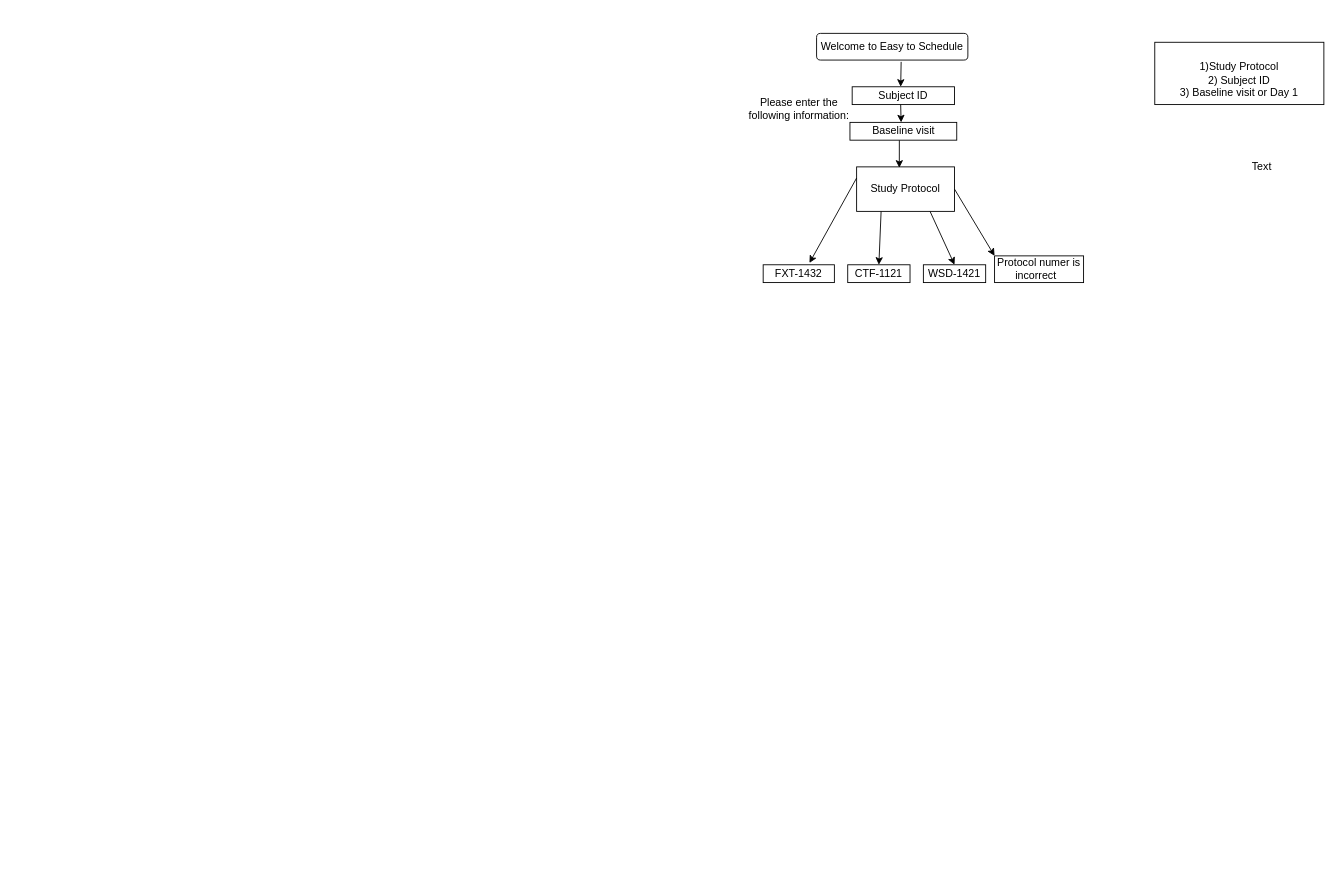
Earlier version of the draw.io diagram Untitled Diagram.drawio (EspiritudeTeflon/Proyecto). Source tidied: cells renumbered, new cells numbered last; positions are measured from the earlier drawing's top-left corner, leaving out a move shared by most shapes. Both pictures are drawn from the tidied source at 89%, with x=0, y=0 at pixel (740, 33).
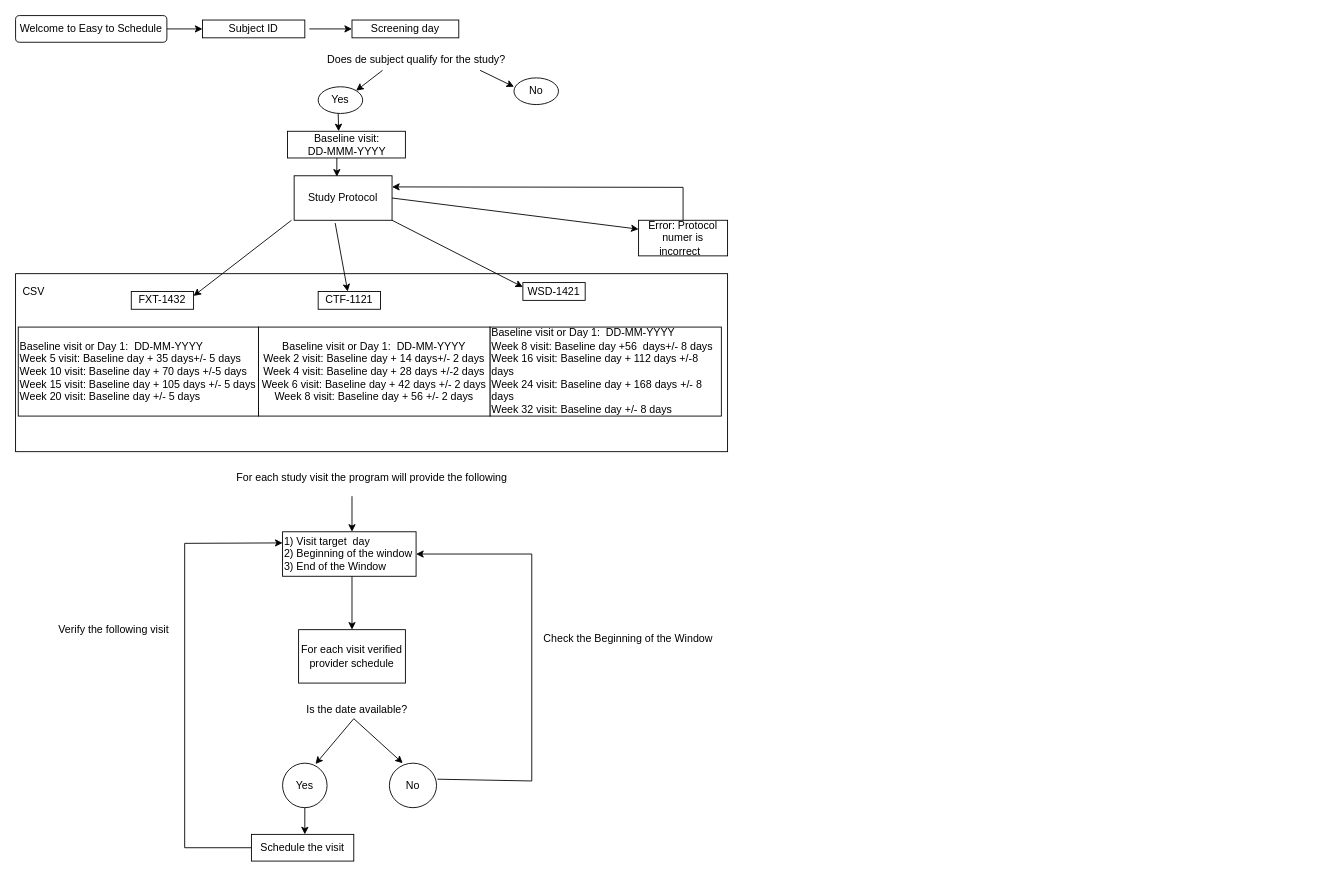
The same page after the edit.

Diff of the diagram source:
```diff
@@
+    <mxCell id="20" style="rounded=0;whiteSpace=wrap;html=1;" parent="1" vertex="1">
+      <mxGeometry x="-815" y="270" width="800" height="200" as="geometry" />
+    </mxCell>
     <mxCell id="2" value="Welcome to Easy to Schedule" style="rounded=1;whiteSpace=wrap;html=1;fontSize=12;glass=0;strokeWidth=1;shadow=0;" parent="1" vertex="1">
-      <mxGeometry x="85" width="170" height="30" as="geometry" />
+      <mxGeometry x="-815" y="-20" width="170" height="30" as="geometry" />
     </mxCell>
-    <mxCell id="3" value="&lt;br&gt;1)Study Protocol&lt;br&gt;2) Subject ID&lt;br&gt;3) Baseline visit or Day 1" style="rounded=0;whiteSpace=wrap;html=1;" parent="1" vertex="1">
-      <mxGeometry x="465" y="10" width="190" height="70" as="geometry" />
-    </mxCell>
     <mxCell id="4" value="Study Protocol" style="rounded=0;whiteSpace=wrap;html=1;" parent="1" vertex="1">
-      <mxGeometry x="130" y="150" width="110" height="50" as="geometry" />
+      <mxGeometry x="-502" y="160" width="110" height="50" as="geometry" />
     </mxCell>
     <mxCell id="5" value="CTF-1121" style="rounded=0;whiteSpace=wrap;html=1;" parent="1" vertex="1">
-      <mxGeometry x="120" y="260" width="70" height="20" as="geometry" />
+      <mxGeometry x="-475" y="290" width="70" height="20" as="geometry" />
     </mxCell>
+    <mxCell id="7" value="WSD-1421" style="rounded=0;whiteSpace=wrap;html=1;" parent="1" vertex="1">
+      <mxGeometry x="-245" y="280" width="70" height="20" as="geometry" />
+    </mxCell>
+    <mxCell id="21" value="Error: Protocol numer is incorrect&amp;nbsp;&amp;nbsp;" style="rounded=0;whiteSpace=wrap;html=1;" parent="1" vertex="1">
+      <mxGeometry x="-115" y="210" width="100" height="40" as="geometry" />
+    </mxCell>
+    <mxCell id="22" style="endArrow=classic;html=1;rounded=0;entryX=1;entryY=0.25;entryDx=0;entryDy=0;" parent="1" edge="1" target="6">
+      <mxGeometry relative="1" as="geometry">
+        <mxPoint x="-505" y="210" as="sourcePoint" />
+      </mxGeometry>
+    </mxCell>
+    <mxCell id="12" style="endArrow=classic;html=1;rounded=0;exitX=0.419;exitY=1.062;exitDx=0;exitDy=0;exitPerimeter=0;" parent="1" edge="1" source="4" target="5">
+      <mxGeometry relative="1" as="geometry" />
+    </mxCell>
+    <mxCell id="23" style="endArrow=classic;html=1;rounded=0;exitX=1;exitY=1;exitDx=0;exitDy=0;entryX=0;entryY=0.25;entryDx=0;entryDy=0;" parent="1" edge="1" source="4" target="7">
+      <mxGeometry relative="1" as="geometry" />
+    </mxCell>
+    <mxCell id="24" style="endArrow=classic;html=1;rounded=0;exitX=1;exitY=0.5;exitDx=0;exitDy=0;entryX=0;entryY=0.25;entryDx=0;entryDy=0;" parent="1" edge="1" source="4" target="21">
+      <mxGeometry relative="1" as="geometry" />
+    </mxCell>
+    <mxCell id="15" value="Subject ID" style="rounded=0;whiteSpace=wrap;html=1;" parent="1" vertex="1">
+      <mxGeometry x="-605" y="-15" width="115" height="20" as="geometry" />
+    </mxCell>
+    <mxCell id="25" style="endArrow=classic;html=1;rounded=0;entryX=0.436;entryY=0.02;entryDx=0;entryDy=0;entryPerimeter=0;" parent="1" edge="1" target="4">
+      <mxGeometry relative="1" as="geometry">
+        <mxPoint x="-454" y="130" as="sourcePoint" />
+      </mxGeometry>
+    </mxCell>
+    <mxCell id="26" style="endArrow=classic;html=1;rounded=0;exitX=1;exitY=0.5;exitDx=0;exitDy=0;entryX=0;entryY=0.5;entryDx=0;entryDy=0;" parent="1" edge="1" source="2" target="15">
+      <mxGeometry relative="1" as="geometry" />
+    </mxCell>
+    <mxCell id="27" value="Baseline visit:&lt;br&gt;DD-MMM-YYYY" style="rounded=0;whiteSpace=wrap;html=1;" parent="1" vertex="1">
+      <mxGeometry x="-509.5" y="110" width="132.5" height="30" as="geometry" />
+    </mxCell>
+    <mxCell id="28" style="endArrow=classic;html=1;rounded=0;" parent="1" edge="1">
+      <mxGeometry relative="1" as="geometry">
+        <mxPoint x="-452.5" y="90" as="sourcePoint" />
+        <mxPoint x="-452" y="110" as="targetPoint" />
+      </mxGeometry>
+    </mxCell>
+    <mxCell id="29" value="&lt;span&gt;Baseline visit or Day 1: &amp;nbsp;DD-MM-YYYY&lt;/span&gt;&lt;br&gt;&lt;span&gt;Week 8 visit: Baseline day +56 &amp;nbsp;days+/- 8 days&lt;/span&gt;&lt;br&gt;&lt;span&gt;Week 16 visit: Baseline day + 112 days +/-8 days&lt;/span&gt;&lt;br&gt;&lt;span&gt;Week 24 visit: Baseline day + 168 days +/- 8 days&lt;/span&gt;&lt;br&gt;&lt;span&gt;Week 32 visit: Baseline day +/- 8 days&lt;/span&gt;" style="whiteSpace=wrap;html=1;align=left;" parent="1" vertex="1">
+      <mxGeometry x="-282" y="330" width="260" height="100" as="geometry" />
+    </mxCell>
+    <mxCell id="30" value="&lt;span style=&quot;text-align: left&quot;&gt;Baseline visit or Day 1: &amp;nbsp;DD-MM-YYYY&lt;/span&gt;&lt;br style=&quot;text-align: left&quot;&gt;&lt;span style=&quot;text-align: left&quot;&gt;Week 2 visit: Baseline day + 14 days+/- 2 days&lt;/span&gt;&lt;br style=&quot;text-align: left&quot;&gt;&lt;span style=&quot;text-align: left&quot;&gt;Week 4 visit: Baseline day + 28 days +/-2 days&lt;/span&gt;&lt;br style=&quot;text-align: left&quot;&gt;&lt;span style=&quot;text-align: left&quot;&gt;Week 6 visit: Baseline day + 42 days +/- 2 days&lt;/span&gt;&lt;br style=&quot;text-align: left&quot;&gt;&lt;span style=&quot;text-align: left&quot;&gt;Week 8 visit: Baseline day + 56 +/- 2 days&lt;/span&gt;" style="rounded=0;whiteSpace=wrap;html=1;" parent="1" vertex="1">
+      <mxGeometry x="-542" y="330" width="260" height="100" as="geometry" />
+    </mxCell>
+    <mxCell id="31" value="Baseline visit or Day 1: &amp;nbsp;DD-MM-YYYY&lt;br&gt;Week 5 visit: Baseline day + 35 days+/- 5 days&lt;br&gt;Week 10 visit: Baseline day + 70 days +/-5 days&lt;br&gt;Week 15 visit: Baseline day + 105 days +/- 5 days&lt;br&gt;Week 20 visit: Baseline day +/- 5 days" style="rounded=0;whiteSpace=wrap;html=1;align=left;" parent="1" vertex="1">
+      <mxGeometry x="-812" y="330" width="270" height="100" as="geometry" />
+    </mxCell>
     <mxCell id="6" value="FXT-1432" style="rounded=0;whiteSpace=wrap;html=1;" parent="1" vertex="1">
-      <mxGeometry x="25" y="260" width="80" height="20" as="geometry" />
+      <mxGeometry x="-685" y="290" width="70" height="20" as="geometry" />
     </mxCell>
-    <mxCell id="7" value="WSD-1421" style="rounded=0;whiteSpace=wrap;html=1;" parent="1" vertex="1">
-      <mxGeometry x="205" y="260" width="70" height="20" as="geometry" />
-    </mxCell>
-    <mxCell id="8" value="Please enter the&lt;br&gt;&amp;nbsp;following information:&amp;nbsp;" style="text;html=1;align=center;verticalAlign=middle;fillColor=none;strokeColor=none;rounded=0;" parent="1" vertex="1">
-      <mxGeometry y="70" width="130" height="30" as="geometry" />
-    </mxCell>
-    <mxCell id="9" value="Text" style="text;html=1;align=center;verticalAlign=middle;strokeColor=none;fillColor=none;" parent="1" vertex="1">
-      <mxGeometry x="565" y="140" width="40" height="20" as="geometry" />
-    </mxCell>
-    <mxCell id="10" value="Protocol numer is incorrect&amp;nbsp;&amp;nbsp;" style="rounded=0;whiteSpace=wrap;html=1;" parent="1" vertex="1">
-      <mxGeometry x="285" y="250" width="100" height="30" as="geometry" />
-    </mxCell>
-    <mxCell id="11" style="endArrow=classic;html=1;rounded=0;entryX=0.65;entryY=-0.1;entryDx=0;entryDy=0;entryPerimeter=0;exitX=0;exitY=0.25;exitDx=0;exitDy=0;" parent="1" edge="1" source="4" target="6">
-      <mxGeometry relative="1" as="geometry" />
-    </mxCell>
-    <mxCell id="12" style="endArrow=classic;html=1;rounded=0;entryX=0.5;entryY=0;entryDx=0;entryDy=0;exitX=0.25;exitY=1;exitDx=0;exitDy=0;" parent="1" edge="1" source="4" target="5">
-      <mxGeometry relative="1" as="geometry" />
-    </mxCell>
-    <mxCell id="13" style="endArrow=classic;html=1;rounded=0;exitX=0.75;exitY=1;exitDx=0;exitDy=0;" parent="1" edge="1" source="4">
-      <mxGeometry relative="1" as="geometry">
-        <mxPoint x="240" y="260" as="targetPoint" />
-      </mxGeometry>
-    </mxCell>
-    <mxCell id="14" style="endArrow=classic;html=1;rounded=0;entryX=0;entryY=0;entryDx=0;entryDy=0;exitX=1;exitY=0.5;exitDx=0;exitDy=0;" parent="1" edge="1" source="4" target="10">
-      <mxGeometry relative="1" as="geometry" />
-    </mxCell>
-    <mxCell id="15" value="Subject ID" style="rounded=0;whiteSpace=wrap;html=1;" parent="1" vertex="1">
-      <mxGeometry x="125" y="60" width="115" height="20" as="geometry" />
-    </mxCell>
-    <mxCell id="16" style="endArrow=classic;html=1;rounded=0;entryX=0.436;entryY=0.02;entryDx=0;entryDy=0;entryPerimeter=0;" parent="1" edge="1" target="4">
-      <mxGeometry relative="1" as="geometry">
-        <mxPoint x="178" y="120" as="sourcePoint" />
-      </mxGeometry>
-    </mxCell>
-    <mxCell id="17" style="endArrow=classic;html=1;rounded=0;exitX=0.559;exitY=1.067;exitDx=0;exitDy=0;exitPerimeter=0;" parent="1" edge="1" source="2">
-      <mxGeometry relative="1" as="geometry">
-        <mxPoint x="179.5" y="60" as="targetPoint" />
-      </mxGeometry>
-    </mxCell>
-    <mxCell id="18" value="Baseline visit" style="rounded=0;whiteSpace=wrap;html=1;" parent="1" vertex="1">
-      <mxGeometry x="122.5" y="100" width="120" height="20" as="geometry" />
-    </mxCell>
-    <mxCell id="19" style="endArrow=classic;html=1;rounded=0;" parent="1" edge="1">
-      <mxGeometry relative="1" as="geometry">
-        <mxPoint x="179.5" y="80" as="sourcePoint" />
-        <mxPoint x="180" y="100" as="targetPoint" />
-      </mxGeometry>
-    </mxCell>
+    <mxCell id="32" style="endArrow=classic;html=1;rounded=0;exitX=0.5;exitY=0;exitDx=0;exitDy=0;entryX=1;entryY=0.25;entryDx=0;entryDy=0;" parent="1" edge="1" source="21" target="4">
+      <mxGeometry relative="1" as="geometry">
+        <Array as="points">
+          <mxPoint x="-65" y="173" />
+        </Array>
+      </mxGeometry>
+    </mxCell>
+    <mxCell id="33" value="CSV" style="text;html=1;align=center;verticalAlign=middle;fillColor=none;strokeColor=none;rounded=0;" parent="1" vertex="1">
+      <mxGeometry x="-815" y="280" width="40" height="20" as="geometry" />
+    </mxCell>
+    <mxCell id="34" value="Screening day" style="whiteSpace=wrap;html=1;" parent="1" vertex="1">
+      <mxGeometry x="-437" y="-15" width="120" height="20" as="geometry" />
+    </mxCell>
+    <mxCell id="35" value="Does de subject qualify for the study?" style="text;html=1;align=center;verticalAlign=middle;points=[];fillColor=none;strokeColor=none;rounded=0;" parent="1" vertex="1">
+      <mxGeometry x="-475" y="20" width="220" height="20" as="geometry" />
+    </mxCell>
+    <mxCell id="36" style="endArrow=classic;html=1;rounded=0;entryX=0;entryY=0.5;entryDx=0;entryDy=0;" parent="1" edge="1" target="34">
+      <mxGeometry relative="1" as="geometry">
+        <mxPoint x="-485" y="-5" as="sourcePoint" />
+      </mxGeometry>
+    </mxCell>
+    <mxCell id="37" value="No" style="ellipse;whiteSpace=wrap;html=1;" parent="1" vertex="1">
+      <mxGeometry x="-255" y="50" width="50" height="30" as="geometry" />
+    </mxCell>
+    <mxCell id="38" value="Yes" style="ellipse;whiteSpace=wrap;html=1;" parent="1" vertex="1">
+      <mxGeometry x="-475" y="60" width="50" height="30" as="geometry" />
+    </mxCell>
+    <mxCell id="39" style="endArrow=classic;html=1;rounded=0;exitX=0.827;exitY=1.076;exitDx=0;exitDy=0;exitPerimeter=0;" parent="1" edge="1" source="35">
+      <mxGeometry relative="1" as="geometry">
+        <mxPoint x="-255" y="60" as="targetPoint" />
+      </mxGeometry>
+    </mxCell>
+    <mxCell id="40" style="endArrow=classic;html=1;rounded=0;entryX=1;entryY=0;entryDx=0;entryDy=0;exitX=0.329;exitY=1.076;exitDx=0;exitDy=0;exitPerimeter=0;" parent="1" edge="1" source="35" target="38">
+      <mxGeometry relative="1" as="geometry" />
+    </mxCell>
+    <mxCell id="41" value="For each study visit the program will provide the following" style="text;html=1;align=center;verticalAlign=middle;strokeColor=none;fillColor=none;" parent="1" vertex="1">
+      <mxGeometry x="-575" y="490" width="320" height="20" as="geometry" />
+    </mxCell>
+    <mxCell id="42" style="endArrow=classic;html=1;rounded=0;" parent="1" edge="1">
+      <mxGeometry relative="1" as="geometry">
+        <mxPoint x="-437" y="520" as="sourcePoint" />
+        <mxPoint x="-437" y="560" as="targetPoint" />
+      </mxGeometry>
+    </mxCell>
+    <mxCell id="43" value="1) Visit target &amp;nbsp;day&lt;br&gt;2) Beginning of the window&lt;br&gt;3) End of the Window" style="whiteSpace=wrap;html=1;align=left;" parent="1" vertex="1">
+      <mxGeometry x="-515" y="560" width="150" height="50" as="geometry" />
+    </mxCell>
+    <mxCell id="44" value="For each visit verified provider schedule" style="rounded=0;whiteSpace=wrap;html=1;" parent="1" vertex="1">
+      <mxGeometry x="-497" y="670" width="120" height="60" as="geometry" />
+    </mxCell>
+    <mxCell id="45" style="endArrow=classic;html=1;rounded=0;entryX=0.5;entryY=0;entryDx=0;entryDy=0;" parent="1" edge="1" target="44">
+      <mxGeometry relative="1" as="geometry">
+        <mxPoint x="-437" y="610" as="sourcePoint" />
+      </mxGeometry>
+    </mxCell>
+    <mxCell id="46" style="endArrow=classic;html=1;rounded=0;entryX=0.283;entryY=0;entryDx=0;entryDy=0;entryPerimeter=0;" parent="1" edge="1" target="51">
+      <mxGeometry relative="1" as="geometry">
+        <mxPoint x="-435" y="770" as="sourcePoint" />
+      </mxGeometry>
+    </mxCell>
+    <mxCell id="47" style="endArrow=classic;html=1;rounded=0;entryX=0.74;entryY=0.02;entryDx=0;entryDy=0;entryPerimeter=0;" parent="1" edge="1" target="49">
+      <mxGeometry relative="1" as="geometry">
+        <mxPoint x="-435" y="770" as="sourcePoint" />
+      </mxGeometry>
+    </mxCell>
+    <mxCell id="48" value="Is the date available?&amp;nbsp;" style="text;html=1;align=center;verticalAlign=middle;fillColor=none;strokeColor=none;rounded=0;" parent="1" vertex="1">
+      <mxGeometry x="-495" y="750" width="130" height="20" as="geometry" />
+    </mxCell>
+    <mxCell id="49" value="Yes" style="ellipse;whiteSpace=wrap;html=1;" parent="1" vertex="1">
+      <mxGeometry x="-515" y="820" width="50" height="50" as="geometry" />
+    </mxCell>
+    <mxCell id="50" style="endArrow=classic;html=1;rounded=0;exitX=0;exitY=0.5;exitDx=0;exitDy=0;entryX=0;entryY=0.25;entryDx=0;entryDy=0;" parent="1" edge="1" source="55" target="43">
+      <mxGeometry relative="1" as="geometry">
+        <Array as="points">
+          <mxPoint x="-625" y="915" />
+          <mxPoint x="-625" y="730" />
+          <mxPoint x="-625" y="573" />
+        </Array>
+      </mxGeometry>
+    </mxCell>
+    <mxCell id="51" value="No" style="ellipse;whiteSpace=wrap;html=1;" parent="1" vertex="1">
+      <mxGeometry x="-395" y="820" width="53" height="50" as="geometry" />
+    </mxCell>
+    <mxCell id="52" style="endArrow=classic;html=1;rounded=0;exitX=1.019;exitY=0.36;exitDx=0;exitDy=0;exitPerimeter=0;entryX=1;entryY=0.5;entryDx=0;entryDy=0;" parent="1" edge="1" source="51" target="43">
+      <mxGeometry relative="1" as="geometry">
+        <Array as="points">
+          <mxPoint x="-235" y="840" />
+          <mxPoint x="-235" y="585" />
+        </Array>
+      </mxGeometry>
+    </mxCell>
+    <mxCell id="53" value="Check the Beginning of the Window" style="text;html=1;align=center;verticalAlign=middle;fillColor=none;strokeColor=none;rounded=0;" parent="1" vertex="1">
+      <mxGeometry x="-232" y="670" width="210" height="20" as="geometry" />
+    </mxCell>
+    <mxCell id="54" style="endArrow=classic;html=1;rounded=0;exitX=0.5;exitY=1;exitDx=0;exitDy=0;" parent="1" edge="1" source="49">
+      <mxGeometry relative="1" as="geometry">
+        <mxPoint x="-490" y="900" as="targetPoint" />
+      </mxGeometry>
+    </mxCell>
+    <mxCell id="55" value="Schedule the visit" style="rounded=0;whiteSpace=wrap;html=1;" parent="1" vertex="1">
+      <mxGeometry x="-550" y="900" width="115" height="30" as="geometry" />
+    </mxCell>
+    <mxCell id="56" value="Verify the following visit" style="text;html=1;align=center;verticalAlign=middle;strokeColor=none;fillColor=none;" parent="1" vertex="1">
+      <mxGeometry x="-775" y="660" width="140" height="20" as="geometry" />
+    </mxCell>
```
